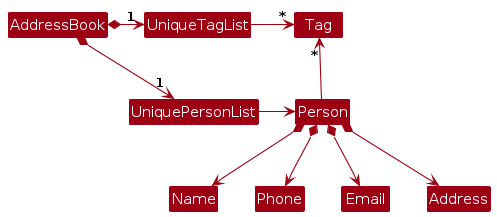
Earlier version of the PlantUML export diagrams/BetterModelClassDiagram.png (AY2627S1-CS2103T-T14-4/tp). Its source is kept beside it as diagrams/BetterModelClassDiagram.puml. Source of this version:
```plantuml
@startuml
!include style.puml
skinparam arrowThickness 1.1
skinparam arrowColor MODEL_COLOR
skinparam classBackgroundColor MODEL_COLOR

AddressBook *-right-> "1" UniquePersonList
AddressBook *-right-> "1" UniqueTagList
UniqueTagList -[hidden]down- UniquePersonList
UniqueTagList -[hidden]down- UniquePersonList

UniqueTagList -right-> "*" Tag
UniquePersonList -right-> Person

Person -up-> "*" Tag

Person *--> Name
Person *--> Phone
Person *--> Email
Person *--> Address
@enduml
```
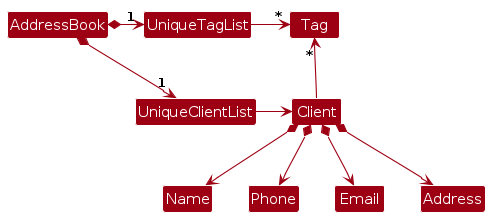
After the change.

Diff of the diagram source:
```diff
@@ -4,18 +4,18 @@
 skinparam arrowColor MODEL_COLOR
 skinparam classBackgroundColor MODEL_COLOR
 
-AddressBook *-right-> "1" UniquePersonList
+AddressBook *-right-> "1" UniqueClientList
 AddressBook *-right-> "1" UniqueTagList
-UniqueTagList -[hidden]down- UniquePersonList
-UniqueTagList -[hidden]down- UniquePersonList
+UniqueTagList -[hidden]down- UniqueClientList
+UniqueTagList -[hidden]down- UniqueClientList
 
 UniqueTagList -right-> "*" Tag
-UniquePersonList -right-> Person
+UniqueClientList -right-> Client
 
-Person -up-> "*" Tag
+Client -up-> "*" Tag
 
-Person *--> Name
-Person *--> Phone
-Person *--> Email
-Person *--> Address
+Client *--> Name
+Client *--> Phone
+Client *--> Email
+Client *--> Address
 @enduml
```
